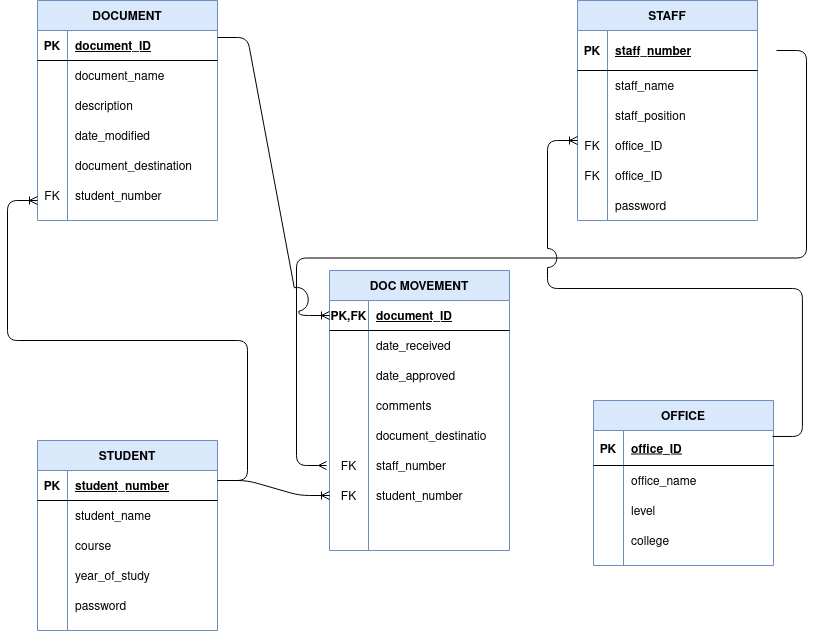
Earlier version of the draw.io export e-DTS.png (kiwele/hello-world). Source tidied: cells renumbered, new cells last; positions are measured from the earlier drawing's top-left corner, leaving out a move shared by most shapes.
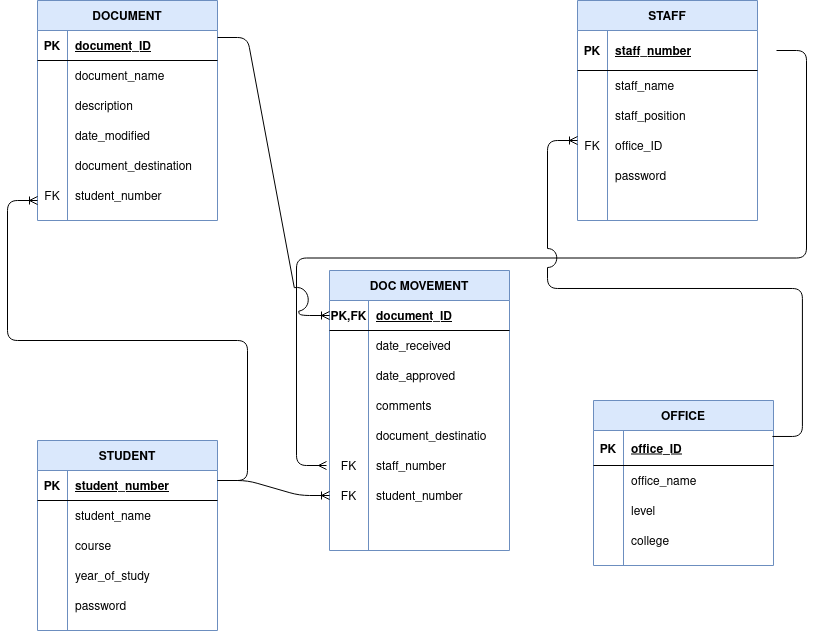
After the change.

Diff of the diagram source:
```diff
@@ -176,10 +176,10 @@
     <mxCell id="59" style="shape=partialRectangle;fillColor=none;top=0;left=0;bottom=0;right=0;" parent="46" vertex="1">
       <mxGeometry y="160" width="180" height="30" as="geometry" />
     </mxCell>
-    <mxCell id="60" value="FK" style="shape=partialRectangle;fillColor=none;top=0;left=0;bottom=0;right=0;overflow=hidden;" parent="59" vertex="1">
+    <mxCell id="60" style="shape=partialRectangle;fillColor=none;top=0;left=0;bottom=0;right=0;overflow=hidden;" parent="59" vertex="1">
       <mxGeometry width="30" height="30" as="geometry" />
     </mxCell>
-    <mxCell id="61" value="office_ID" style="shape=partialRectangle;fillColor=none;top=0;left=0;bottom=0;right=0;align=left;spacingLeft=6;overflow=hidden;" parent="59" vertex="1">
+    <mxCell id="61" value="password" style="shape=partialRectangle;fillColor=none;top=0;left=0;bottom=0;right=0;align=left;spacingLeft=6;overflow=hidden;" parent="59" vertex="1">
       <mxGeometry x="30" width="150" height="30" as="geometry" />
     </mxCell>
     <mxCell id="62" style="shape=partialRectangle;fillColor=none;top=0;left=0;bottom=0;right=0;" parent="46" vertex="1">
@@ -188,7 +188,7 @@
     <mxCell id="63" style="shape=partialRectangle;fillColor=none;top=0;left=0;bottom=0;right=0;overflow=hidden;" parent="62" vertex="1">
       <mxGeometry width="30" height="30" as="geometry" />
     </mxCell>
-    <mxCell id="64" value="password" style="shape=partialRectangle;fillColor=none;top=0;left=0;bottom=0;right=0;align=left;spacingLeft=6;overflow=hidden;" parent="62" vertex="1">
+    <mxCell id="64" style="shape=partialRectangle;fillColor=none;top=0;left=0;bottom=0;right=0;align=left;spacingLeft=6;overflow=hidden;" parent="62" vertex="1">
       <mxGeometry x="30" width="150" height="30" as="geometry" />
     </mxCell>
     <mxCell id="65" value="OFFICE" style="shape=table;startSize=30;rowLines=0;fontStyle=1;align=center;fillColor=#dae8fc;strokeColor=#6c8ebf;" parent="1" vertex="1">
```
